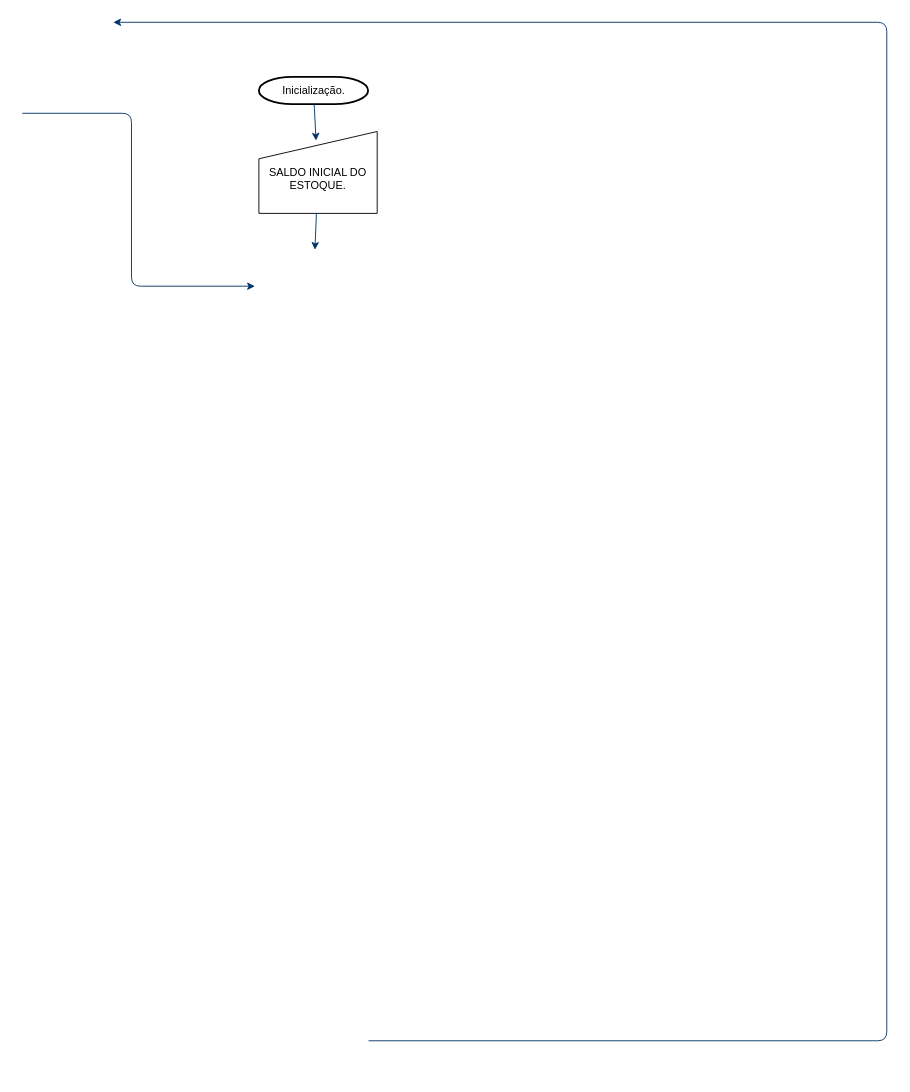
Above: Untitled Diagram.drawio in petterkrupp/OnlineRepository (draw.io), before the change. Source tidied: cells renumbered, new cells numbered last; positions are measured from the earlier drawing's top-left corner, leaving out a move shared by most shapes. Both pictures are drawn from the tidied source at 91%, with x=0, y=0 at pixel (22, 22).
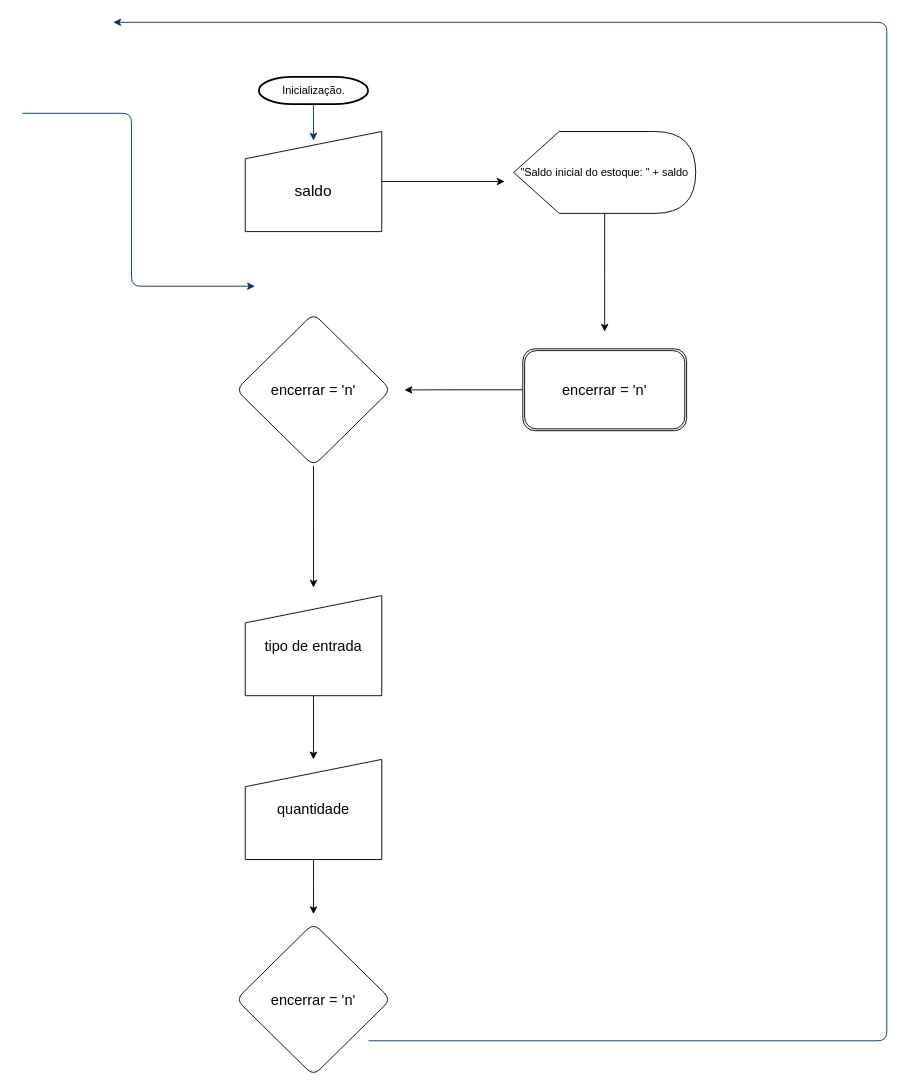
Above is the later version.

The change refers to these unchanged cells:
```xml
<mxCell id="2" value="Inicialização." style="shape=mxgraph.flowchart.terminator;strokeWidth=2;gradientColor=none;gradientDirection=north;fontStyle=0;html=1;" parent="1" vertex="1">
  <mxGeometry x="260" y="60" width="120" height="30" as="geometry" />
</mxCell>
```

Change to the diagram source:
```diff
@@
     <mxCell id="3" style="fontStyle=1;strokeColor=#003366;strokeWidth=1;html=1;" parent="1" edge="1" source="2">
       <mxGeometry relative="1" as="geometry">
-        <mxPoint x="322.8" y="130" as="targetPoint" />
+        <mxPoint x="320" y="130" as="targetPoint" />
       </mxGeometry>
     </mxCell>
-    <mxCell id="4" style="fontStyle=1;strokeColor=#003366;strokeWidth=1;html=1;" parent="1" edge="1">
-      <mxGeometry relative="1" as="geometry">
-        <mxPoint x="323.2" y="210" as="sourcePoint" />
-        <mxPoint x="321.6" y="250" as="targetPoint" />
-      </mxGeometry>
-    </mxCell>
@@
+    <mxCell id="8" style="edgeStyle=orthogonalEdgeStyle;rounded=0;jettySize=auto;html=1;" parent="1" edge="1" source="7">
+      <mxGeometry relative="1" as="geometry">
+        <mxPoint x="530" y="175" as="targetPoint" />
+      </mxGeometry>
+    </mxCell>
-    <mxCell id="7" value="&lt;br&gt;SALDO INICIAL DO ESTOQUE." style="shape=manualInput;whiteSpace=wrap;html=1;" parent="1" vertex="1">
-      <mxGeometry x="260" y="120" width="130" height="90" as="geometry" />
+    <mxCell id="7" value="&lt;font style=&quot;font-size: 17px;&quot;&gt;&lt;br&gt;saldo&lt;/font&gt;" style="shape=manualInput;whiteSpace=wrap;html=1;" parent="1" vertex="1">
+      <mxGeometry x="245" y="120" width="150" height="110" as="geometry" />
     </mxCell>
+    <mxCell id="9" style="edgeStyle=orthogonalEdgeStyle;rounded=0;jettySize=auto;html=1;" parent="1" edge="1" source="10">
+      <mxGeometry relative="1" as="geometry">
+        <mxPoint x="640" y="340" as="targetPoint" />
+      </mxGeometry>
+    </mxCell>
+    <mxCell id="10" value="&lt;font style=&quot;font-size: 12px;&quot;&gt;&quot;Saldo inicial do estoque: &quot; + saldo&lt;/font&gt;" style="shape=display;whiteSpace=wrap;html=1;" parent="1" vertex="1">
+      <mxGeometry x="540" y="120" width="200" height="90" as="geometry" />
+    </mxCell>
+    <mxCell id="11" style="edgeStyle=orthogonalEdgeStyle;rounded=0;jettySize=auto;html=1;" parent="1" edge="1" source="12">
+      <mxGeometry relative="1" as="geometry">
+        <mxPoint x="420" y="404" as="targetPoint" />
+      </mxGeometry>
+    </mxCell>
+    <mxCell id="12" value="&lt;font style=&quot;font-size: 16px;&quot;&gt;encerrar = 'n'&lt;/font&gt;" style="shape=ext;double=1;rounded=1;whiteSpace=wrap;html=1;" parent="1" vertex="1">
+      <mxGeometry x="550" y="358.8" width="180" height="90" as="geometry" />
+    </mxCell>
+    <mxCell id="13" style="edgeStyle=orthogonalEdgeStyle;rounded=0;jettySize=auto;html=1;" parent="1" edge="1" source="14">
+      <mxGeometry relative="1" as="geometry">
+        <mxPoint x="320" y="621.2" as="targetPoint" />
+      </mxGeometry>
+    </mxCell>
+    <mxCell id="14" value="&lt;font style=&quot;font-size: 16px;&quot;&gt;encerrar = 'n'&lt;/font&gt;" style="rhombus;whiteSpace=wrap;html=1;rounded=1;" parent="1" vertex="1">
+      <mxGeometry x="235" y="320" width="170" height="167.5" as="geometry" />
+    </mxCell>
+    <mxCell id="15" style="edgeStyle=orthogonalEdgeStyle;rounded=0;jettySize=auto;html=1;" parent="1" edge="1" source="16" target="18">
+      <mxGeometry relative="1" as="geometry" />
+    </mxCell>
+    <mxCell id="16" value="&lt;font style=&quot;font-size: 16px;&quot;&gt;tipo de entrada&lt;/font&gt;" style="shape=manualInput;whiteSpace=wrap;html=1;" parent="1" vertex="1">
+      <mxGeometry x="245" y="630" width="150" height="110" as="geometry" />
+    </mxCell>
+    <mxCell id="17" style="edgeStyle=orthogonalEdgeStyle;rounded=0;jettySize=auto;html=1;" parent="1" edge="1" source="18">
+      <mxGeometry relative="1" as="geometry">
+        <mxPoint x="320" y="980" as="targetPoint" />
+      </mxGeometry>
+    </mxCell>
+    <mxCell id="18" value="&lt;font style=&quot;font-size: 16px;&quot;&gt;quantidade&lt;/font&gt;" style="shape=manualInput;whiteSpace=wrap;html=1;" parent="1" vertex="1">
+      <mxGeometry x="245" y="810" width="150" height="110" as="geometry" />
+    </mxCell>
+    <mxCell id="19" value="&lt;font style=&quot;font-size: 16px;&quot;&gt;encerrar = 'n'&lt;/font&gt;" style="rhombus;whiteSpace=wrap;html=1;rounded=1;" parent="1" vertex="1">
+      <mxGeometry x="235" y="990" width="170" height="167.5" as="geometry" />
+    </mxCell>
```
